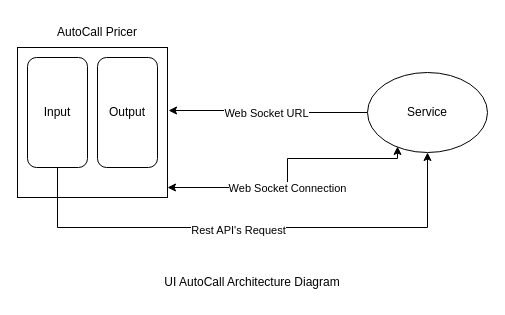
The draw.io diagram src/autocall.drawio in appasaheb4/assessment, before the edit. Source tidied: cells renumbered, new cells numbered last; positions are measured from the earlier drawing's top-left corner, leaving out a move shared by most shapes. Both pictures are drawn from the tidied source at 100%, with x=0, y=0 at pixel (17, 17).
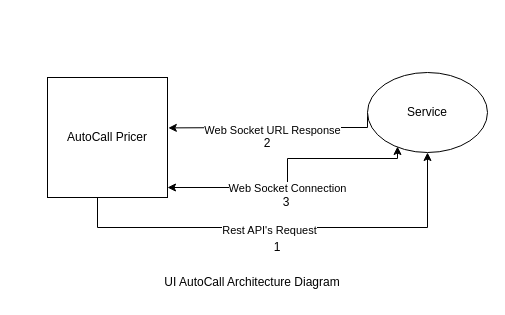
Above is the later version.

What changed in the source:
```diff
@@
 <mxGraphModel>
   <root>
     <mxCell id="0" />
     <mxCell id="1" parent="0" />
     <mxCell id="2" style="edgeStyle=orthogonalEdgeStyle;rounded=0;jettySize=auto;html=1;startArrow=classic;startFill=1;entryX=0.25;entryY=0.925;entryDx=0;entryDy=0;entryPerimeter=0;" parent="1" edge="1" target="12">
       <mxGeometry relative="1" as="geometry">
         <mxPoint x="150" y="170" as="sourcePoint" />
         <Array as="points">
           <mxPoint x="270" y="170" />
           <mxPoint x="270" y="141" />
           <mxPoint x="380" y="141" />
         </Array>
       </mxGeometry>
     </mxCell>
     <mxCell id="3" value="Web Socket Connection" style="edgeLabel;html=1;align=center;verticalAlign=middle;" parent="2" vertex="1">
       <mxGeometry x="-0.12" relative="1" as="geometry" />
     </mxCell>
-    <mxCell id="4" value="&lt;div&gt;&lt;br&gt;&lt;/div&gt;&lt;div&gt;&lt;br&gt;&lt;/div&gt;" style="whiteSpace=wrap;html=1;" parent="1" vertex="1">
-      <mxGeometry y="30" width="150" height="150" as="geometry" />
+    <mxCell id="4" value="&lt;div&gt;AutoCall Pricer&lt;/div&gt;" style="whiteSpace=wrap;html=1;" parent="1" vertex="1">
+      <mxGeometry x="30" y="60" width="120" height="120" as="geometry" />
     </mxCell>
-    <mxCell id="5" style="edgeStyle=orthogonalEdgeStyle;rounded=0;jettySize=auto;html=1;exitX=0.5;exitY=1;exitDx=0;exitDy=0;entryX=0.5;entryY=1;entryDx=0;entryDy=0;" parent="1" edge="1" source="7" target="12">
+    <mxCell id="5" style="edgeStyle=orthogonalEdgeStyle;rounded=0;jettySize=auto;html=1;exitX=0.5;exitY=1;exitDx=0;exitDy=0;entryX=0.5;entryY=1;entryDx=0;entryDy=0;" parent="1" edge="1" source="4" target="12">
       <mxGeometry relative="1" as="geometry">
         <Array as="points">
-          <mxPoint x="40" y="210" />
+          <mxPoint x="80" y="180" />
+          <mxPoint x="80" y="210" />
           <mxPoint x="410" y="210" />
         </Array>
       </mxGeometry>
     </mxCell>
     <mxCell id="6" value="Rest API's Request" style="edgeLabel;html=1;align=center;verticalAlign=middle;" parent="5" vertex="1">
       <mxGeometry x="-0.05" y="-2" relative="1" as="geometry" />
     </mxCell>
-    <mxCell id="7" value="Input" style="rounded=1;whiteSpace=wrap;html=1;" parent="1" vertex="1">
-      <mxGeometry x="10" y="40" width="60" height="110" as="geometry" />
-    </mxCell>
-    <mxCell id="8" value="Output" style="rounded=1;whiteSpace=wrap;html=1;" parent="1" vertex="1">
-      <mxGeometry x="80" y="40" width="60" height="110" as="geometry" />
-    </mxCell>
-    <mxCell id="9" value="AutoCall Pricer" style="text;html=1;align=center;verticalAlign=middle;whiteSpace=wrap;rounded=0;" parent="1" vertex="1">
-      <mxGeometry x="30" width="100" height="30" as="geometry" />
-    </mxCell>
     <mxCell id="10" style="edgeStyle=orthogonalEdgeStyle;rounded=0;jettySize=auto;html=1;exitX=0;exitY=0.5;exitDx=0;exitDy=0;entryX=1.007;entryY=0.42;entryDx=0;entryDy=0;entryPerimeter=0;" parent="1" edge="1" source="12" target="4">
-      <mxGeometry relative="1" as="geometry" />
+      <mxGeometry relative="1" as="geometry">
+        <Array as="points">
+          <mxPoint x="350" y="110" />
+          <mxPoint x="250" y="110" />
+        </Array>
+      </mxGeometry>
     </mxCell>
-    <mxCell id="11" value="Web Socket URL" style="edgeLabel;html=1;align=center;verticalAlign=middle;" parent="10" vertex="1">
+    <mxCell id="11" value="Web Socket URL Response" style="edgeLabel;html=1;align=center;verticalAlign=middle;" parent="10" vertex="1">
       <mxGeometry x="0.04" y="2" relative="1" as="geometry" />
     </mxCell>
     <mxCell id="12" value="Service" style="ellipse;whiteSpace=wrap;html=1;" parent="1" vertex="1">
       <mxGeometry x="350" y="55" width="120" height="80" as="geometry" />
     </mxCell>
     <mxCell id="13" value="UI AutoCall A&lt;span&gt;rchitecture&lt;/span&gt;&amp;nbsp;Diagram" style="text;html=1;align=center;verticalAlign=middle;whiteSpace=wrap;rounded=0;" parent="1" vertex="1">
       <mxGeometry x="110" y="250" width="250" height="30" as="geometry" />
     </mxCell>
+    <mxCell id="14" value="1" style="text;html=1;align=center;verticalAlign=middle;whiteSpace=wrap;rounded=0;" parent="1" vertex="1">
+      <mxGeometry x="240" y="220" width="40" height="20" as="geometry" />
+    </mxCell>
+    <mxCell id="15" value="2" style="text;html=1;align=center;verticalAlign=middle;whiteSpace=wrap;rounded=0;" parent="1" vertex="1">
+      <mxGeometry x="230" y="116" width="40" height="20" as="geometry" />
+    </mxCell>
+    <mxCell id="16" value="3" style="text;html=1;align=center;verticalAlign=middle;whiteSpace=wrap;rounded=0;" parent="1" vertex="1">
+      <mxGeometry x="249" y="175" width="40" height="20" as="geometry" />
+    </mxCell>
   </root>
 </mxGraphModel>
```
